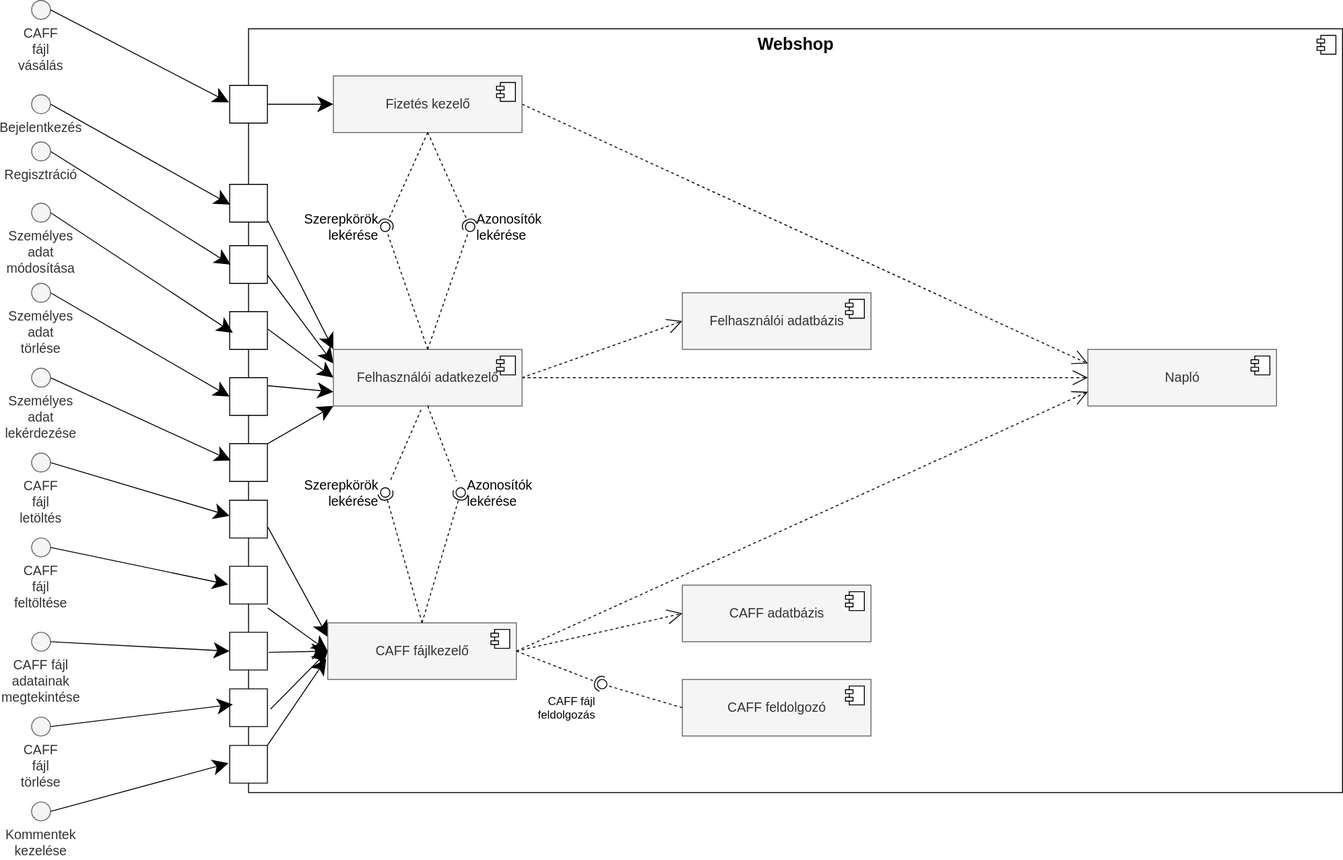
Before: Pictures/Component_diagram.svg, a diagram exported from draw.io (Fylota/hagyma_crysys). Source tidied: cells renumbered, new cells last; positions are measured from the earlier drawing's top-left corner, leaving out a move shared by most shapes.
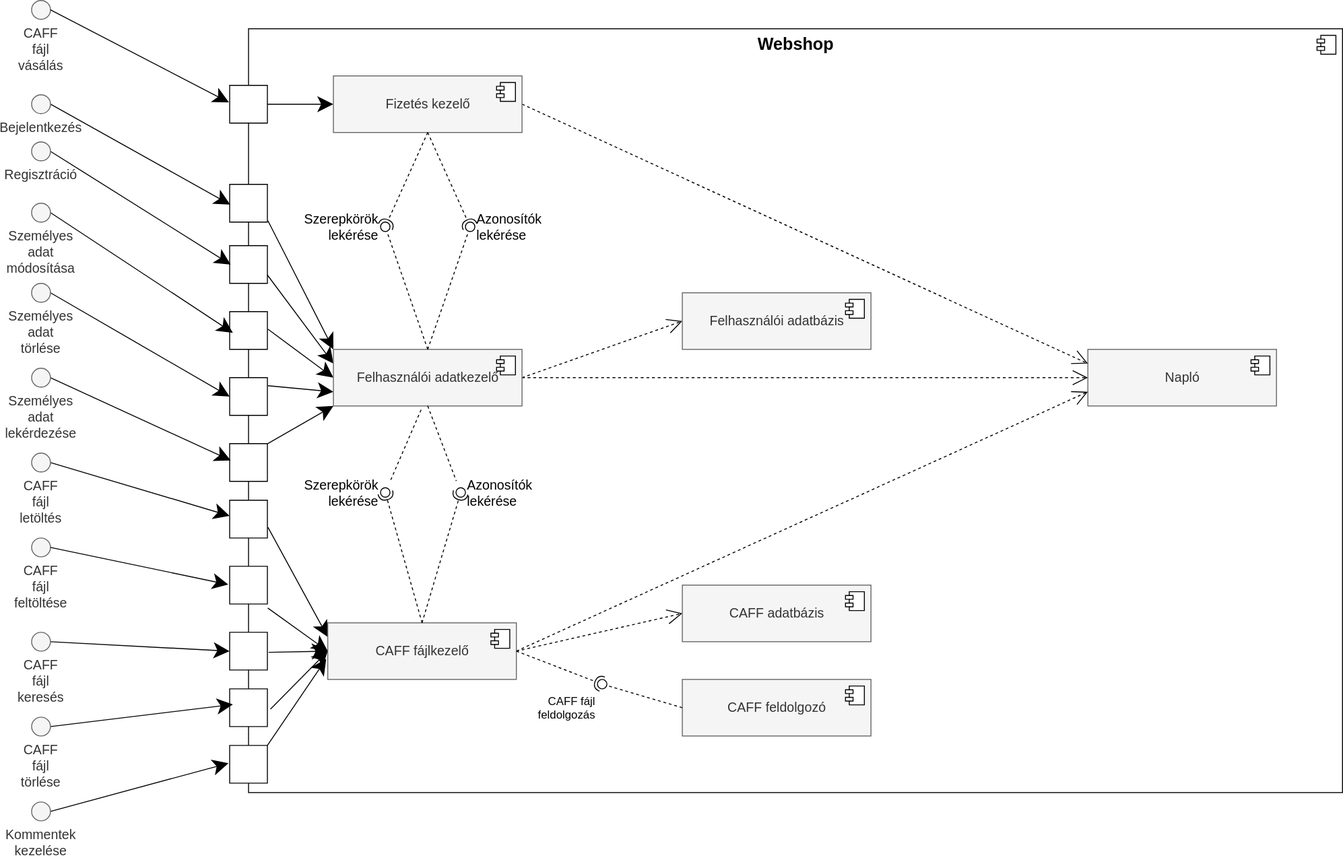
Later version of the same file.

Commit message:
CAFF searching interface updated in component diagrams

The edit, as a diff of the source:
```diff
@@ -131,7 +131,7 @@
     <mxCell id="42" style="edgeStyle=none;curved=1;rounded=0;jettySize=auto;html=1;exitX=1;exitY=0.5;exitDx=0;exitDy=0;entryX=-0.003;entryY=0.501;entryDx=0;entryDy=0;entryPerimeter=0;fontSize=14;endArrow=classic;endFill=1;startSize=14;endSize=14;sourcePerimeterSpacing=8;targetPerimeterSpacing=8;" parent="1" edge="1" source="43" target="17">
       <mxGeometry relative="1" as="geometry" />
     </mxCell>
-    <mxCell id="43" value="CAFF fájl adatainak megtekintése" style="ellipse;whiteSpace=wrap;html=1;hachureGap=4;align=center;verticalAlign=top;fillColor=#f5f5f5;strokeColor=#666666;fontColor=#333333;labelPosition=center;verticalLabelPosition=bottom;fontSize=14;" parent="1" vertex="1">
+    <mxCell id="43" value="CAFF fájl keresés" style="ellipse;whiteSpace=wrap;html=1;hachureGap=4;align=center;verticalAlign=top;fillColor=#f5f5f5;strokeColor=#666666;fontColor=#333333;labelPosition=center;verticalLabelPosition=bottom;fontSize=14;" parent="1" vertex="1">
       <mxGeometry y="670" width="20" height="20" as="geometry" />
     </mxCell>
     <mxCell id="44" style="edgeStyle=none;curved=1;rounded=0;jettySize=auto;html=1;exitX=1;exitY=0.5;exitDx=0;exitDy=0;entryX=0.085;entryY=0.413;entryDx=0;entryDy=0;entryPerimeter=0;fontSize=14;endArrow=classic;endFill=1;startSize=14;endSize=14;sourcePerimeterSpacing=8;targetPerimeterSpacing=8;" parent="1" edge="1" source="45" target="21">
```
